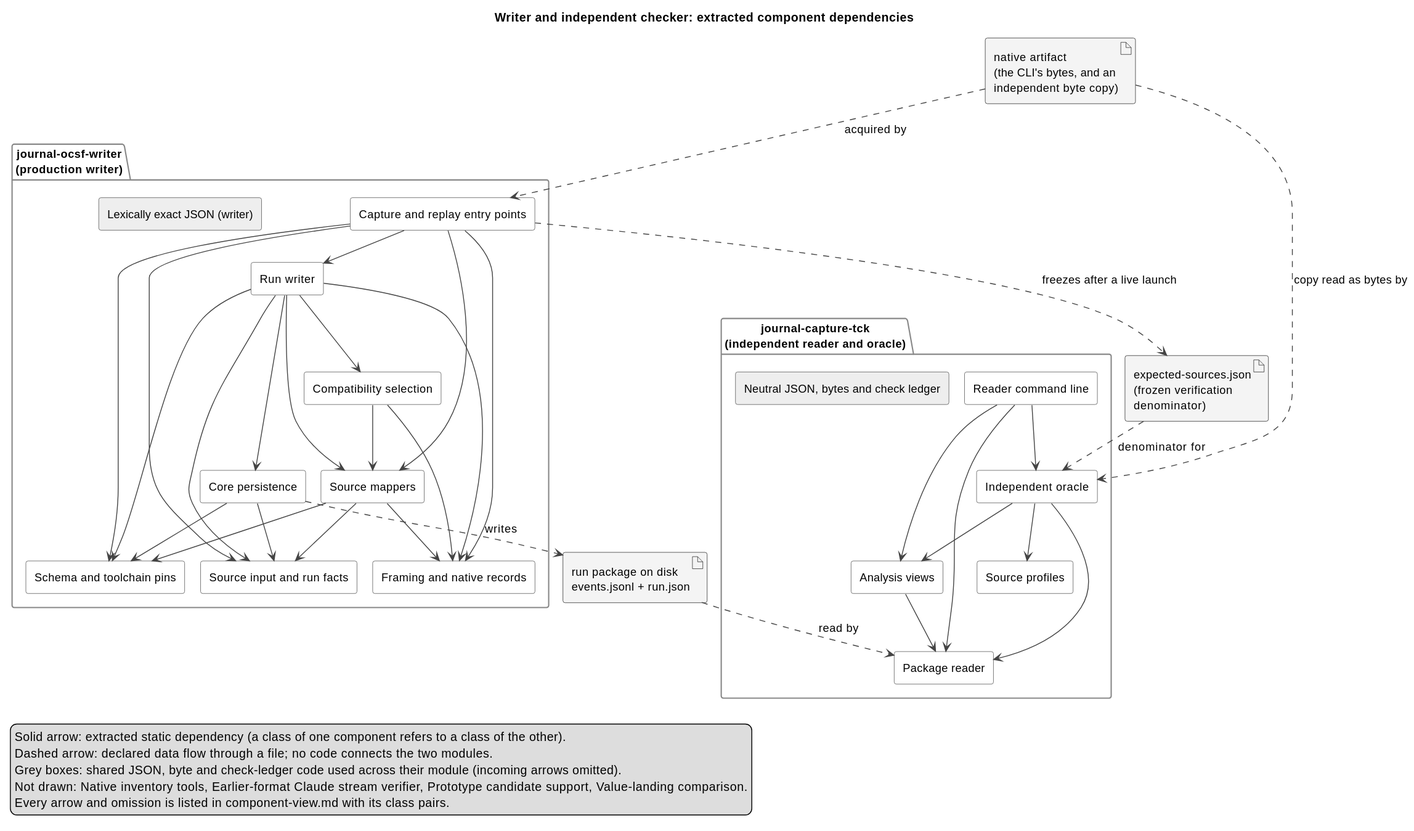
The PlantUML diagram docs/architecture/generated/component-view.svg in markpollack/agent-journal, before a commit. The source it was exported from:
```plantuml
@startuml
!pragma layout smetana
skinparam shadowing false
skinparam defaultFontName Helvetica
skinparam defaultFontSize 13
skinparam componentStyle rectangle
skinparam ArrowColor #444444
skinparam ComponentBorderColor #444444
skinparam ComponentBackgroundColor #FFFFFF
skinparam ArtifactBackgroundColor #F4F4F4
skinparam PackageBorderColor #888888
title Writer and independent checker: extracted component dependencies

artifact "native artifact\n(the CLI's bytes, and an\nindependent byte copy)" as native
package "journal-ocsf-writer\n(production writer)" {
  [Capture and replay entry points] as capture
  [Run writer] as run_writer
  [Source input and run facts] as run_input
  [Framing and native records] as framing
  [Compatibility selection] as compatibility
  [Source mappers] as mapping
  [Core persistence] as persistence
  [Schema and toolchain pins] as schema
  [Lexically exact JSON (writer)] as json_writer #EEEEEE
}
package "journal-capture-tck\n(independent reader and oracle)" {
  [Package reader] as reader
  [Independent oracle] as oracle
  [Source profiles] as profiles
  [Analysis views] as views
  [Reader command line] as reader_tool
  [Neutral JSON, bytes and check ledger] as neutral #EEEEEE
}
artifact "run package on disk\nevents.jsonl + run.json" as package
artifact "expected-sources.json\n(frozen verification\ndenominator)" as expected

capture --> run_writer
capture --> run_input
capture --> framing
capture --> mapping
capture --> schema
run_writer --> run_input
run_writer --> framing
run_writer --> compatibility
run_writer --> mapping
run_writer --> persistence
run_writer --> schema
compatibility --> framing
compatibility --> mapping
mapping --> run_input
mapping --> framing
mapping --> schema
persistence --> run_input
persistence --> schema
oracle --> reader
oracle --> profiles
oracle --> views
views --> reader
reader_tool --> reader
reader_tool --> oracle
reader_tool --> views

native ..> capture : acquired by
persistence ..> package : writes
package ..> reader : read by
native ..> oracle : copy read as bytes by
capture ..> expected : freezes after a live launch
expected ..> oracle : denominator for

legend bottom left
  Solid arrow: extracted static dependency (a class of one component refers to a class of the other).
  Dashed arrow: declared data flow through a file; no code connects the two modules.
  Grey boxes: shared JSON, byte and check-ledger code used across their module (incoming arrows omitted).
  Not drawn: Native inventory tools, Earlier-format Claude stream verifier, Prototype candidate support, Value-landing comparison.
  Every arrow and omission is listed in component-view.md with its class pairs.
endlegend
@enduml
```
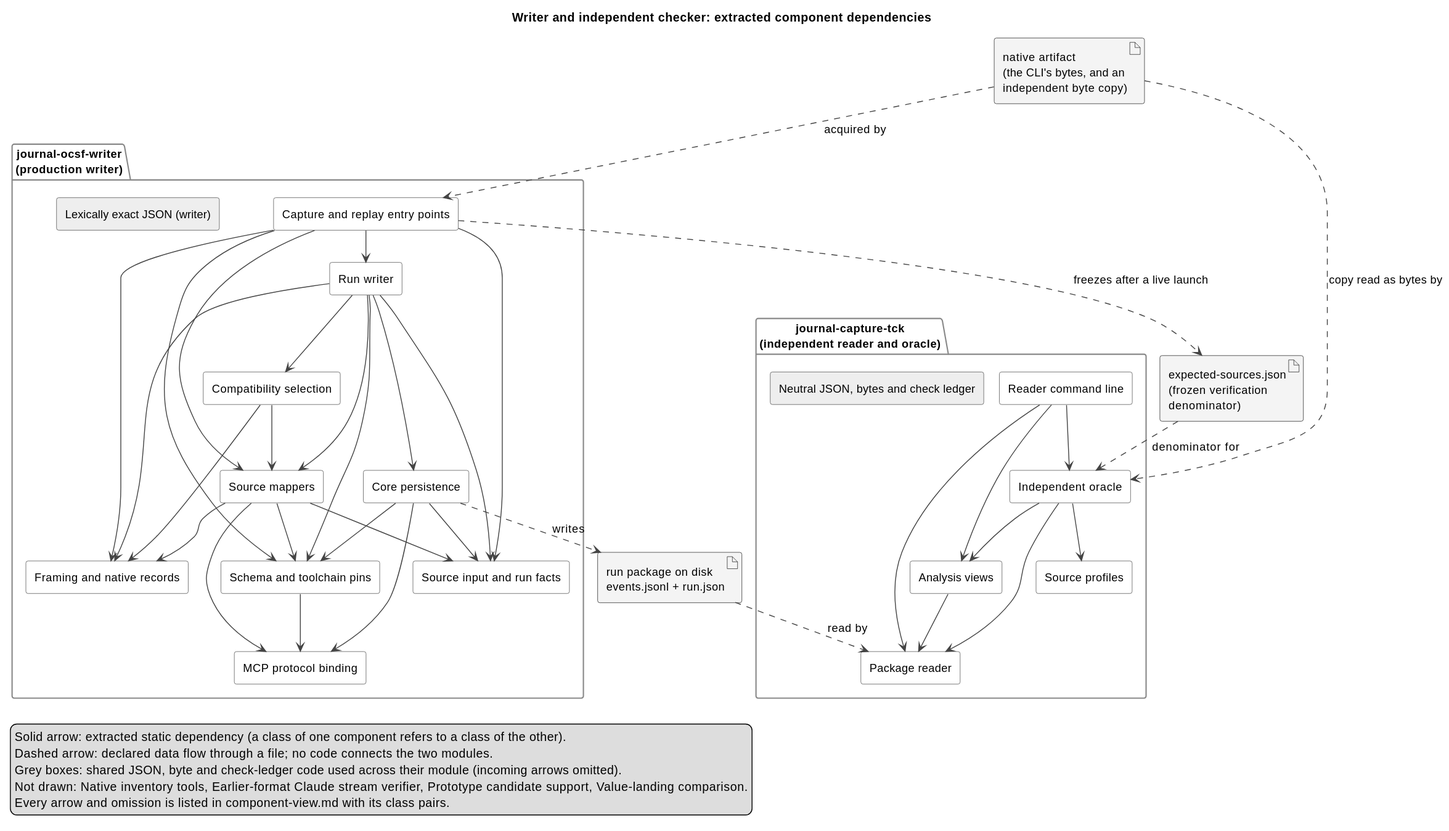
After the change.

Change to the diagram source:
```diff
@@ -19,6 +19,7 @@
   [Framing and native records] as framing
   [Compatibility selection] as compatibility
   [Source mappers] as mapping
+  [MCP protocol binding] as mcp_binding
   [Core persistence] as persistence
   [Schema and toolchain pins] as schema
   [Lexically exact JSON (writer)] as json_writer #EEEEEE
@@ -49,9 +50,12 @@
 compatibility --> mapping
 mapping --> run_input
 mapping --> framing
+mapping --> mcp_binding
 mapping --> schema
 persistence --> run_input
+persistence --> mcp_binding
 persistence --> schema
+schema --> mcp_binding
 oracle --> reader
 oracle --> profiles
 oracle --> views
```
